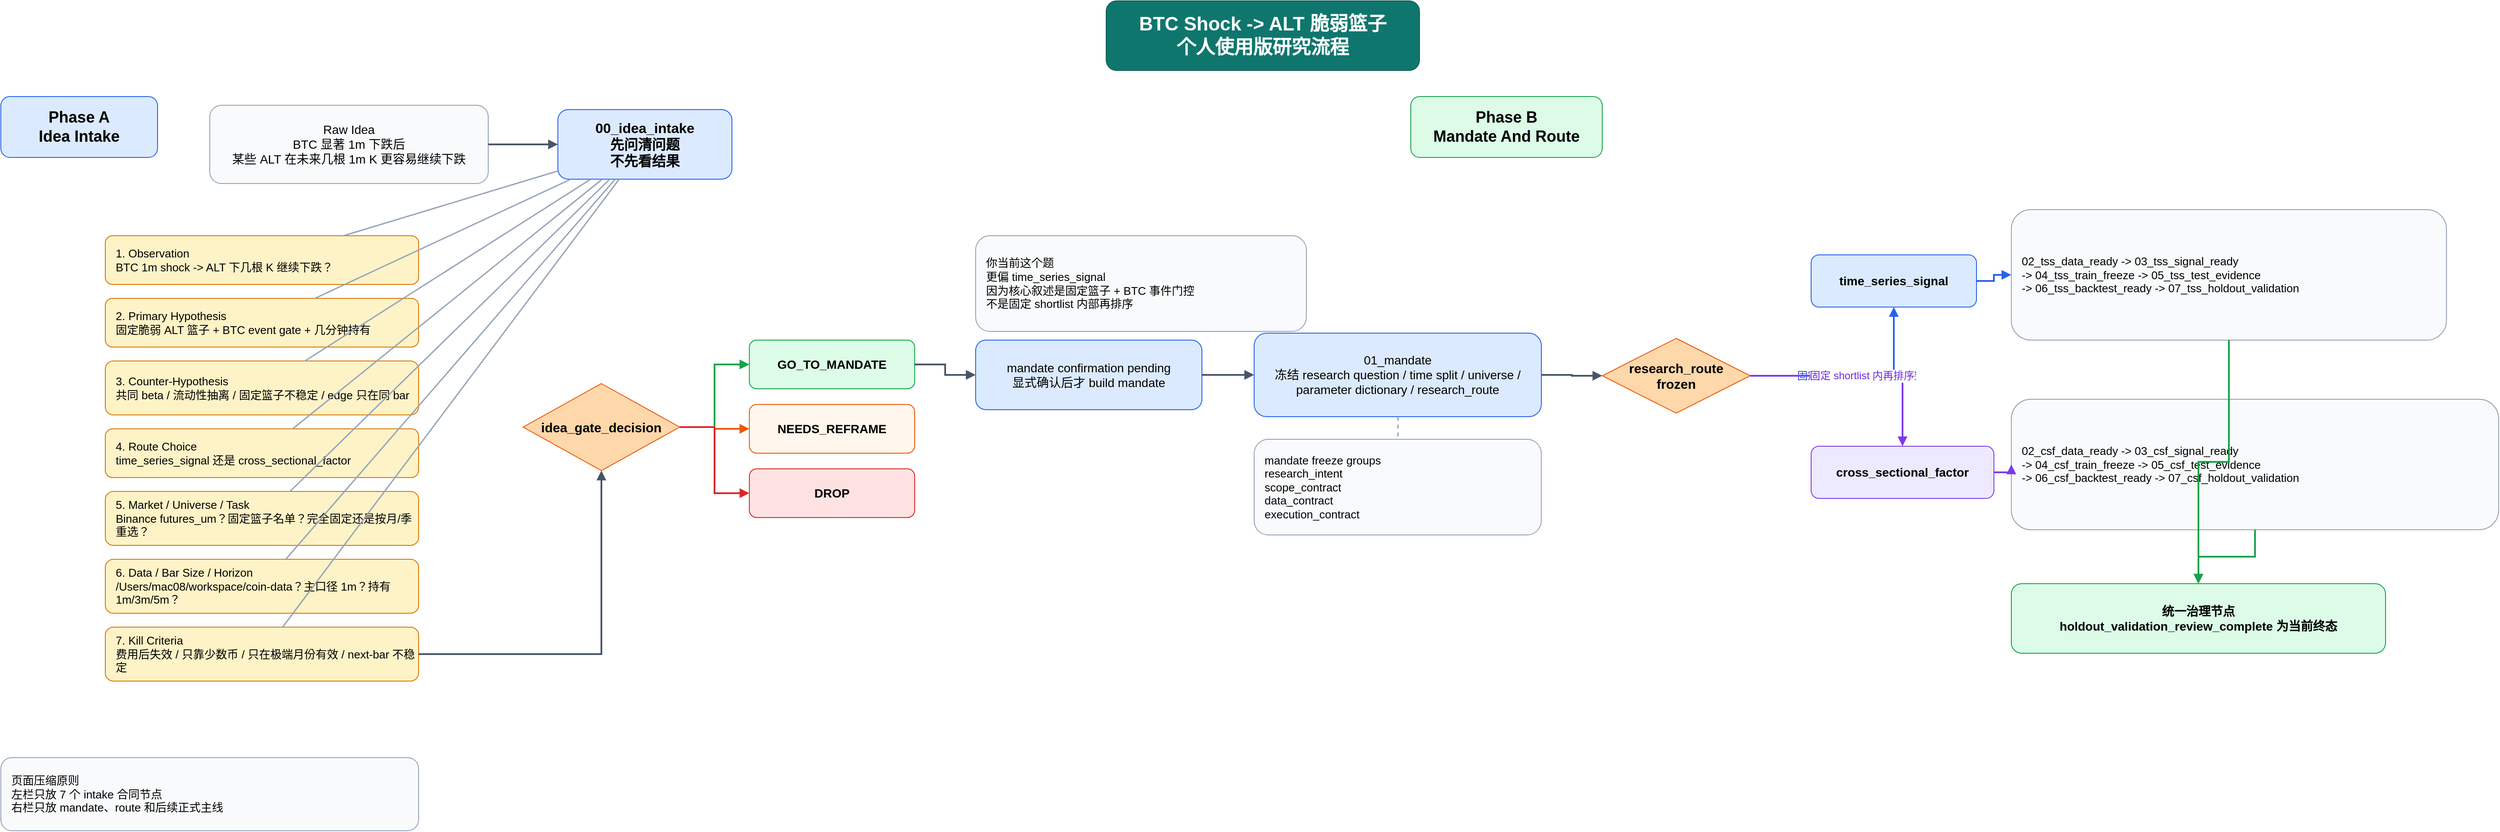
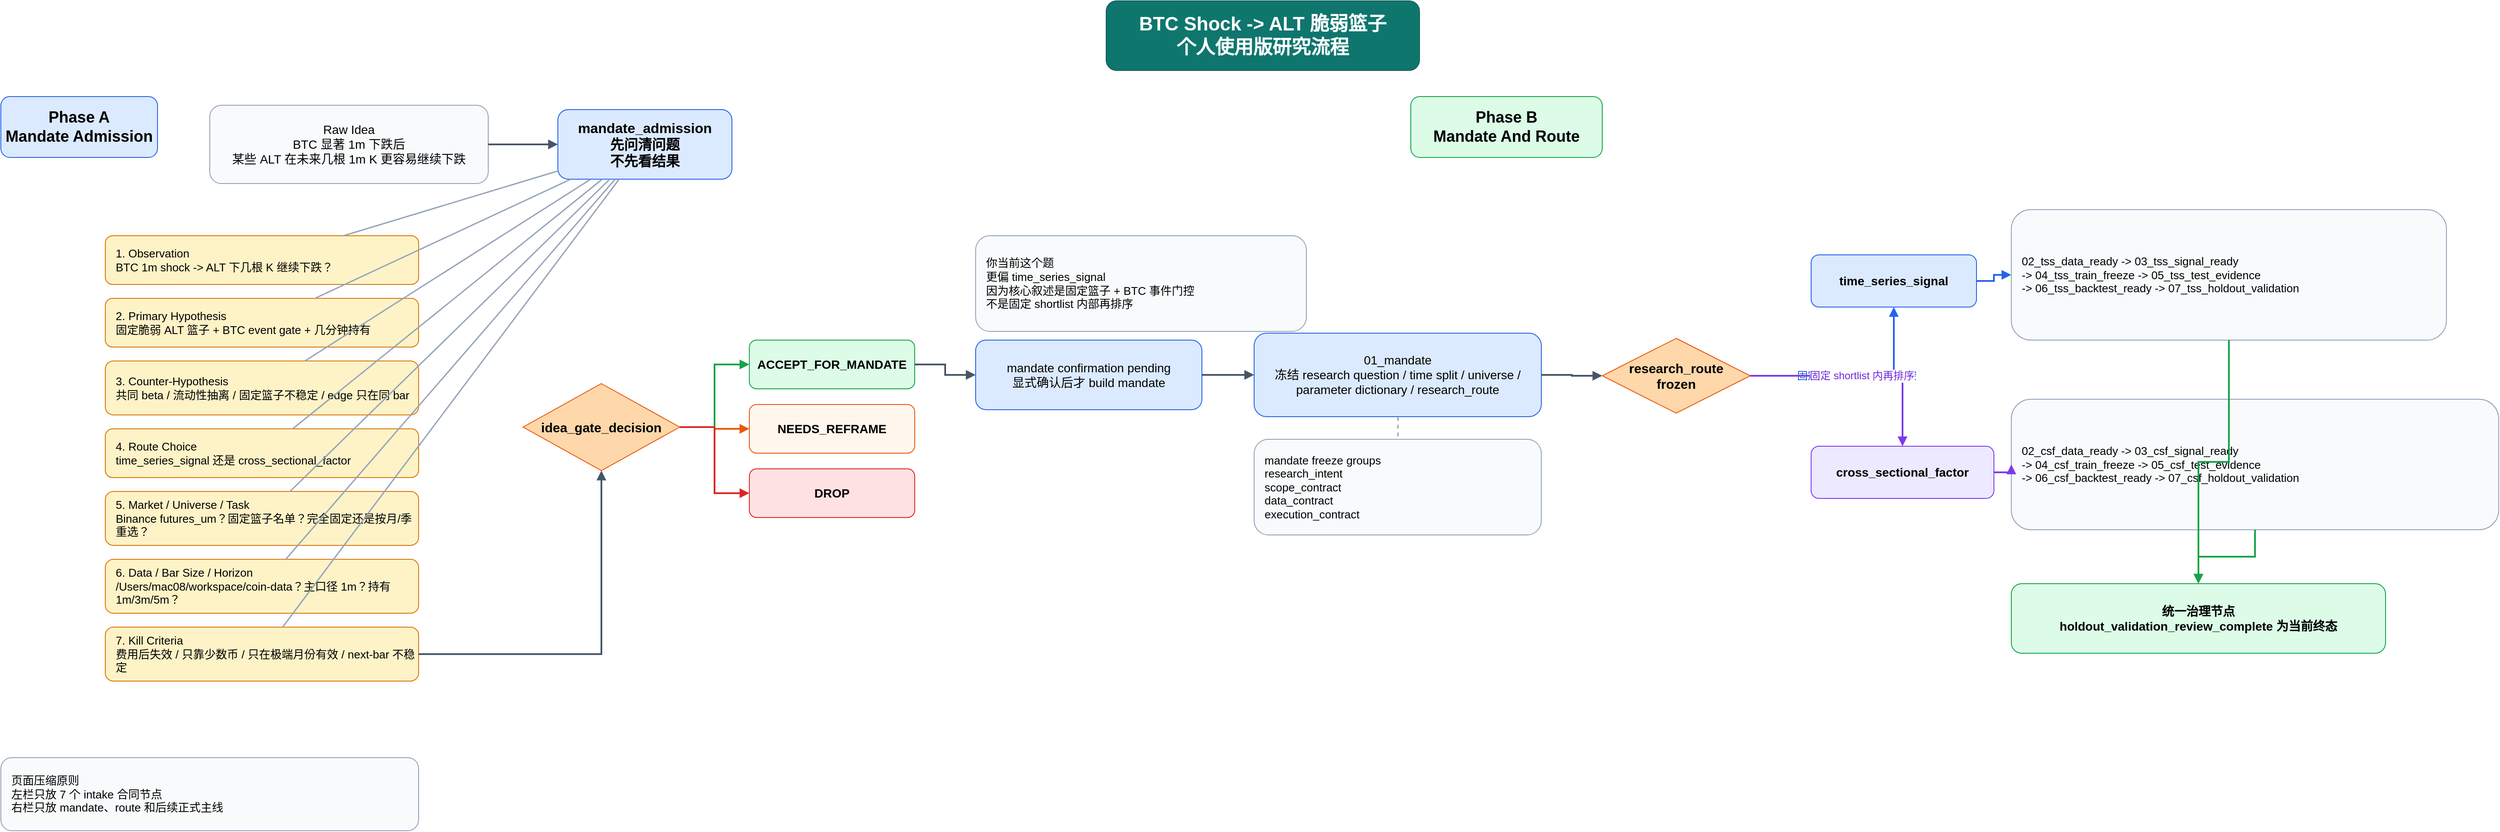
<?xml version="1.0" ?>
<mxfile host="app.diagrams.net" modified="2026-03-30T00:00:00.000Z" agent="Codex" version="26.2.2">
  <diagram id="factor-workflow" name="Factor Workflow">
    <mxGraphModel dx="1600" dy="1200" grid="1" gridSize="10" guides="1" tooltips="1" connect="1" arrows="1" fold="1" page="1" pageScale="1" pageWidth="3400" pageHeight="1800" math="0" post_holdout_observation="0">
      <root>
        <mxCell id="0"/>
        <mxCell id="1" parent="0"/>
        <mxCell id="2" value="BTC Shock -&gt; ALT 脆弱篮子&#xa;个人使用版研究流程" style="rounded=1;whiteSpace=wrap;html=1;fillColor=#0F766E;fontColor=#FFFFFF;strokeColor=#115E59;fontStyle=1;fontSize=22;" vertex="1" parent="1">
          <mxGeometry x="1390" y="30" width="360" height="80" as="geometry"/>
        </mxCell>
-         <mxCell id="3" value="Phase A&#xa;Idea Intake" style="rounded=1;whiteSpace=wrap;html=1;fillColor=#DBEAFE;strokeColor=#2563EB;fontStyle=1;fontSize=18;" vertex="1" parent="1">
+         <mxCell id="3" value="Phase A&#xa;Mandate Admission" style="rounded=1;whiteSpace=wrap;html=1;fillColor=#DBEAFE;strokeColor=#2563EB;fontStyle=1;fontSize=18;" vertex="1" parent="1">
          <mxGeometry x="120" y="140" width="180" height="70" as="geometry"/>
        </mxCell>
        <mxCell id="4" value="Phase B&#xa;Mandate And Route" style="rounded=1;whiteSpace=wrap;html=1;fillColor=#DCFCE7;strokeColor=#16A34A;fontStyle=1;fontSize=18;" vertex="1" parent="1">
          <mxGeometry x="1740" y="140" width="220" height="70" as="geometry"/>
        </mxCell>
        <mxCell id="5" value="Raw Idea&#xa;BTC 显著 1m 下跌后&#xa;某些 ALT 在未来几根 1m K 更容易继续下跌" style="rounded=1;whiteSpace=wrap;html=1;fillColor=#F8FAFC;strokeColor=#94A3B8;fontSize=14;" vertex="1" parent="1">
          <mxGeometry x="360" y="150" width="320" height="90" as="geometry"/>
        </mxCell>
-         <mxCell id="6" value="00_idea_intake&#xa;先问清问题&#xa;不先看结果" style="rounded=1;whiteSpace=wrap;html=1;fillColor=#DBEAFE;strokeColor=#2563EB;fontStyle=1;fontSize=16;" vertex="1" parent="1">
+         <mxCell id="6" value="mandate_admission&#xa;先问清问题&#xa;不先看结果" style="rounded=1;whiteSpace=wrap;html=1;fillColor=#DBEAFE;strokeColor=#2563EB;fontStyle=1;fontSize=16;" vertex="1" parent="1">
          <mxGeometry x="760" y="155" width="200" height="80" as="geometry"/>
        </mxCell>
        <mxCell id="7" value="1. Observation&#xa;BTC 1m shock -&gt; ALT 下几根 K 继续下跌？" style="rounded=1;whiteSpace=wrap;html=1;fillColor=#FEF3C7;strokeColor=#D97706;fontSize=13;align=left;spacingLeft=10;" vertex="1" parent="1">
          <mxGeometry x="240" y="300" width="360" height="56" as="geometry"/>
        </mxCell>
        <mxCell id="8" value="2. Primary Hypothesis&#xa;固定脆弱 ALT 篮子 + BTC event gate + 几分钟持有" style="rounded=1;whiteSpace=wrap;html=1;fillColor=#FEF3C7;strokeColor=#D97706;fontSize=13;align=left;spacingLeft=10;" vertex="1" parent="1">
          <mxGeometry x="240" y="372" width="360" height="56" as="geometry"/>
        </mxCell>
        <mxCell id="9" value="3. Counter-Hypothesis&#xa;共同 beta / 流动性抽离 / 固定篮子不稳定 / edge 只在同 bar" style="rounded=1;whiteSpace=wrap;html=1;fillColor=#FEF3C7;strokeColor=#D97706;fontSize=13;align=left;spacingLeft=10;" vertex="1" parent="1">
          <mxGeometry x="240" y="444" width="360" height="62" as="geometry"/>
        </mxCell>
        <mxCell id="10" value="4. Route Choice&#xa;time_series_signal 还是 cross_sectional_factor" style="rounded=1;whiteSpace=wrap;html=1;fillColor=#FEF3C7;strokeColor=#D97706;fontSize=13;align=left;spacingLeft=10;" vertex="1" parent="1">
          <mxGeometry x="240" y="522" width="360" height="56" as="geometry"/>
        </mxCell>
        <mxCell id="11" value="5. Market / Universe / Task&#xa;Binance futures_um？固定篮子名单？完全固定还是按月/季重选？" style="rounded=1;whiteSpace=wrap;html=1;fillColor=#FEF3C7;strokeColor=#D97706;fontSize=13;align=left;spacingLeft=10;" vertex="1" parent="1">
          <mxGeometry x="240" y="594" width="360" height="62" as="geometry"/>
        </mxCell>
        <mxCell id="12" value="6. Data / Bar Size / Horizon&#xa;/Users/mac08/workspace/coin-data？主口径 1m？持有 1m/3m/5m？" style="rounded=1;whiteSpace=wrap;html=1;fillColor=#FEF3C7;strokeColor=#D97706;fontSize=13;align=left;spacingLeft=10;" vertex="1" parent="1">
          <mxGeometry x="240" y="672" width="360" height="62" as="geometry"/>
        </mxCell>
        <mxCell id="13" value="7. Kill Criteria&#xa;费用后失效 / 只靠少数币 / 只在极端月份有效 / next-bar 不稳定" style="rounded=1;whiteSpace=wrap;html=1;fillColor=#FEF3C7;strokeColor=#D97706;fontSize=13;align=left;spacingLeft=10;" vertex="1" parent="1">
          <mxGeometry x="240" y="750" width="360" height="62" as="geometry"/>
        </mxCell>
        <mxCell id="14" value="idea_gate_decision" style="rhombus;whiteSpace=wrap;html=1;fillColor=#FED7AA;strokeColor=#EA580C;fontStyle=1;fontSize=15;" vertex="1" parent="1">
          <mxGeometry x="720" y="470" width="180" height="100" as="geometry"/>
        </mxCell>
-         <mxCell id="15" value="GO_TO_MANDATE" style="rounded=1;whiteSpace=wrap;html=1;fillColor=#DCFCE7;strokeColor=#16A34A;fontSize=14;fontStyle=1;" vertex="1" parent="1">
+         <mxCell id="15" value="ACCEPT_FOR_MANDATE" style="rounded=1;whiteSpace=wrap;html=1;fillColor=#DCFCE7;strokeColor=#16A34A;fontSize=14;fontStyle=1;" vertex="1" parent="1">
          <mxGeometry x="980" y="420" width="190" height="56" as="geometry"/>
        </mxCell>
        <mxCell id="16" value="NEEDS_REFRAME" style="rounded=1;whiteSpace=wrap;html=1;fillColor=#FFF7ED;strokeColor=#EA580C;fontSize=14;fontStyle=1;" vertex="1" parent="1">
          <mxGeometry x="980" y="494" width="190" height="56" as="geometry"/>
        </mxCell>
        <mxCell id="17" value="DROP" style="rounded=1;whiteSpace=wrap;html=1;fillColor=#FEE2E2;strokeColor=#DC2626;fontSize=14;fontStyle=1;" vertex="1" parent="1">
          <mxGeometry x="980" y="568" width="190" height="56" as="geometry"/>
        </mxCell>
        <mxCell id="18" value="你当前这个题&#xa;更偏 time_series_signal&#xa;因为核心叙述是固定篮子 + BTC 事件门控&#xa;不是固定 shortlist 内部再排序" style="rounded=1;whiteSpace=wrap;html=1;fillColor=#F8FAFC;strokeColor=#94A3B8;fontSize=13;align=left;spacingLeft=10;" vertex="1" parent="1">
          <mxGeometry x="1240" y="300" width="380" height="110" as="geometry"/>
        </mxCell>
        <mxCell id="19" value="mandate confirmation pending&#xa;显式确认后才 build mandate" style="rounded=1;whiteSpace=wrap;html=1;fillColor=#DBEAFE;strokeColor=#2563EB;fontSize=14;" vertex="1" parent="1">
          <mxGeometry x="1240" y="420" width="260" height="80" as="geometry"/>
        </mxCell>
        <mxCell id="20" value="01_mandate&#xa;冻结 research question / time split / universe / parameter dictionary / research_route" style="rounded=1;whiteSpace=wrap;html=1;fillColor=#DBEAFE;strokeColor=#2563EB;fontSize=14;" vertex="1" parent="1">
          <mxGeometry x="1560" y="412" width="330" height="96" as="geometry"/>
        </mxCell>
        <mxCell id="21" value="mandate freeze groups&#xa;research_intent&#xa;scope_contract&#xa;data_contract&#xa;execution_contract" style="rounded=1;whiteSpace=wrap;html=1;fillColor=#F8FAFC;strokeColor=#94A3B8;fontSize=13;align=left;spacingLeft=10;" vertex="1" parent="1">
          <mxGeometry x="1560" y="534" width="330" height="110" as="geometry"/>
        </mxCell>
        <mxCell id="22" value="research_route&#xa;frozen" style="rhombus;whiteSpace=wrap;html=1;fillColor=#FED7AA;strokeColor=#EA580C;fontStyle=1;fontSize=15;" vertex="1" parent="1">
          <mxGeometry x="1960" y="418" width="170" height="86" as="geometry"/>
        </mxCell>
        <mxCell id="23" value="time_series_signal" style="rounded=1;whiteSpace=wrap;html=1;fillColor=#DBEAFE;strokeColor=#2563EB;fontStyle=1;fontSize=14;" vertex="1" parent="1">
          <mxGeometry x="2200" y="322" width="190" height="60" as="geometry"/>
        </mxCell>
        <mxCell id="24" value="02_tss_data_ready -&gt; 03_tss_signal_ready&#xa;-&gt; 04_tss_train_freeze -&gt; 05_tss_test_evidence&#xa;-&gt; 06_tss_backtest_ready -&gt; 07_tss_holdout_validation" style="rounded=1;whiteSpace=wrap;html=1;fillColor=#F8FAFC;strokeColor=#94A3B8;fontSize=13;align=left;spacingLeft=10;" vertex="1" parent="1">
          <mxGeometry x="2430" y="270" width="500" height="150" as="geometry"/>
        </mxCell>
        <mxCell id="25" value="cross_sectional_factor" style="rounded=1;whiteSpace=wrap;html=1;fillColor=#EDE9FE;strokeColor=#7C3AED;fontStyle=1;fontSize=14;" vertex="1" parent="1">
          <mxGeometry x="2200" y="542" width="210" height="60" as="geometry"/>
        </mxCell>
        <mxCell id="26" value="02_csf_data_ready -&gt; 03_csf_signal_ready&#xa;-&gt; 04_csf_train_freeze -&gt; 05_csf_test_evidence&#xa;-&gt; 06_csf_backtest_ready -&gt; 07_csf_holdout_validation" style="rounded=1;whiteSpace=wrap;html=1;fillColor=#F8FAFC;strokeColor=#94A3B8;fontSize=13;align=left;spacingLeft=10;" vertex="1" parent="1">
          <mxGeometry x="2430" y="488" width="560" height="150" as="geometry"/>
        </mxCell>
        <mxCell id="27" value="统一治理节点&#xa;holdout_validation_review_complete 为当前终态" style="rounded=1;whiteSpace=wrap;html=1;fillColor=#DCFCE7;strokeColor=#16A34A;fontSize=14;fontStyle=1;" vertex="1" parent="1">
          <mxGeometry x="2430" y="700" width="430" height="80" as="geometry"/>
        </mxCell>
        <mxCell id="28" value="页面压缩原则&#xa;左栏只放 7 个 intake 合同节点&#xa;右栏只放 mandate、route 和后续正式主线" style="rounded=1;whiteSpace=wrap;html=1;fillColor=#F8FAFC;strokeColor=#94A3B8;fontSize=13;align=left;spacingLeft=10;" vertex="1" parent="1">
          <mxGeometry x="120" y="900" width="480" height="84" as="geometry"/>
        </mxCell>
        <mxCell id="29" style="edgeStyle=orthogonalEdgeStyle;rounded=0;orthogonalLoop=1;jettySize=auto;html=1;strokeWidth=2;endArrow=block;endFill=1;strokeColor=#475569;" edge="1" parent="1" source="5" target="6">
          <mxGeometry relative="1" as="geometry"/>
        </mxCell>
        <mxCell id="30" style="curved=1;strokeWidth=1.5;html=1;endArrow=none;strokeColor=#94A3B8;" edge="1" parent="1" source="6" target="7">
          <mxGeometry relative="1" as="geometry"/>
        </mxCell>
        <mxCell id="31" style="curved=1;strokeWidth=1.5;html=1;endArrow=none;strokeColor=#94A3B8;" edge="1" parent="1" source="6" target="8">
          <mxGeometry relative="1" as="geometry"/>
        </mxCell>
        <mxCell id="32" style="curved=1;strokeWidth=1.5;html=1;endArrow=none;strokeColor=#94A3B8;" edge="1" parent="1" source="6" target="9">
          <mxGeometry relative="1" as="geometry"/>
        </mxCell>
        <mxCell id="33" style="curved=1;strokeWidth=1.5;html=1;endArrow=none;strokeColor=#94A3B8;" edge="1" parent="1" source="6" target="10">
          <mxGeometry relative="1" as="geometry"/>
        </mxCell>
        <mxCell id="34" style="curved=1;strokeWidth=1.5;html=1;endArrow=none;strokeColor=#94A3B8;" edge="1" parent="1" source="6" target="11">
          <mxGeometry relative="1" as="geometry"/>
        </mxCell>
        <mxCell id="35" style="curved=1;strokeWidth=1.5;html=1;endArrow=none;strokeColor=#94A3B8;" edge="1" parent="1" source="6" target="12">
          <mxGeometry relative="1" as="geometry"/>
        </mxCell>
        <mxCell id="36" style="curved=1;strokeWidth=1.5;html=1;endArrow=none;strokeColor=#94A3B8;" edge="1" parent="1" source="6" target="13">
          <mxGeometry relative="1" as="geometry"/>
        </mxCell>
        <mxCell id="37" style="edgeStyle=orthogonalEdgeStyle;rounded=0;orthogonalLoop=1;jettySize=auto;html=1;strokeWidth=2;endArrow=block;endFill=1;strokeColor=#475569;" edge="1" parent="1" source="13" target="14">
          <mxGeometry relative="1" as="geometry"/>
        </mxCell>
        <mxCell id="38" style="edgeStyle=orthogonalEdgeStyle;rounded=0;orthogonalLoop=1;jettySize=auto;html=1;strokeWidth=2;endArrow=block;endFill=1;strokeColor=#16A34A;" edge="1" parent="1" source="14" target="15">
          <mxGeometry relative="1" as="geometry"/>
        </mxCell>
        <mxCell id="39" style="edgeStyle=orthogonalEdgeStyle;rounded=0;orthogonalLoop=1;jettySize=auto;html=1;strokeWidth=2;endArrow=block;endFill=1;strokeColor=#EA580C;" edge="1" parent="1" source="14" target="16">
          <mxGeometry relative="1" as="geometry"/>
        </mxCell>
        <mxCell id="40" style="edgeStyle=orthogonalEdgeStyle;rounded=0;orthogonalLoop=1;jettySize=auto;html=1;strokeWidth=2;endArrow=block;endFill=1;strokeColor=#DC2626;" edge="1" parent="1" source="14" target="17">
          <mxGeometry relative="1" as="geometry"/>
        </mxCell>
        <mxCell id="41" style="edgeStyle=orthogonalEdgeStyle;rounded=0;orthogonalLoop=1;jettySize=auto;html=1;strokeWidth=2;endArrow=block;endFill=1;strokeColor=#475569;" edge="1" parent="1" source="15" target="19">
          <mxGeometry relative="1" as="geometry"/>
        </mxCell>
        <mxCell id="42" style="edgeStyle=orthogonalEdgeStyle;rounded=0;orthogonalLoop=1;jettySize=auto;html=1;strokeWidth=2;endArrow=block;endFill=1;strokeColor=#475569;" edge="1" parent="1" source="19" target="20">
          <mxGeometry relative="1" as="geometry"/>
        </mxCell>
        <mxCell id="43" style="dashed=1;html=1;strokeWidth=1.5;endArrow=none;strokeColor=#94A3B8;" edge="1" parent="1" source="20" target="21">
          <mxGeometry relative="1" as="geometry"/>
        </mxCell>
        <mxCell id="44" style="edgeStyle=orthogonalEdgeStyle;rounded=0;orthogonalLoop=1;jettySize=auto;html=1;strokeWidth=2;endArrow=block;endFill=1;strokeColor=#475569;" edge="1" parent="1" source="20" target="22">
          <mxGeometry relative="1" as="geometry"/>
        </mxCell>
        <mxCell id="45" value="固定篮子 + BTC 事件门控" style="edgeStyle=orthogonalEdgeStyle;rounded=0;orthogonalLoop=1;jettySize=auto;html=1;strokeWidth=2;endArrow=block;endFill=1;strokeColor=#2563EB;fontSize=12;fontColor=#1D4ED8;" edge="1" parent="1" source="22" target="23">
          <mxGeometry relative="1" as="geometry"/>
        </mxCell>
        <mxCell id="46" value="固定 shortlist 内再排序" style="edgeStyle=orthogonalEdgeStyle;rounded=0;orthogonalLoop=1;jettySize=auto;html=1;strokeWidth=2;endArrow=block;endFill=1;strokeColor=#7C3AED;fontSize=12;fontColor=#6D28D9;" edge="1" parent="1" source="22" target="25">
          <mxGeometry relative="1" as="geometry"/>
        </mxCell>
        <mxCell id="47" style="edgeStyle=orthogonalEdgeStyle;rounded=0;orthogonalLoop=1;jettySize=auto;html=1;strokeWidth=2;endArrow=block;endFill=1;strokeColor=#2563EB;" edge="1" parent="1" source="23" target="24">
          <mxGeometry relative="1" as="geometry"/>
        </mxCell>
        <mxCell id="48" style="edgeStyle=orthogonalEdgeStyle;rounded=0;orthogonalLoop=1;jettySize=auto;html=1;strokeWidth=2;endArrow=block;endFill=1;strokeColor=#7C3AED;" edge="1" parent="1" source="25" target="26">
          <mxGeometry relative="1" as="geometry"/>
        </mxCell>
        <mxCell id="49" style="edgeStyle=orthogonalEdgeStyle;rounded=0;orthogonalLoop=1;jettySize=auto;html=1;strokeWidth=2;endArrow=block;endFill=1;strokeColor=#16A34A;" edge="1" parent="1" source="24" target="27">
          <mxGeometry relative="1" as="geometry"/>
        </mxCell>
        <mxCell id="50" style="edgeStyle=orthogonalEdgeStyle;rounded=0;orthogonalLoop=1;jettySize=auto;html=1;strokeWidth=2;endArrow=block;endFill=1;strokeColor=#16A34A;" edge="1" parent="1" source="26" target="27">
          <mxGeometry relative="1" as="geometry"/>
        </mxCell>
      </root>
    </mxGraphModel>
  </diagram>
</mxfile>
